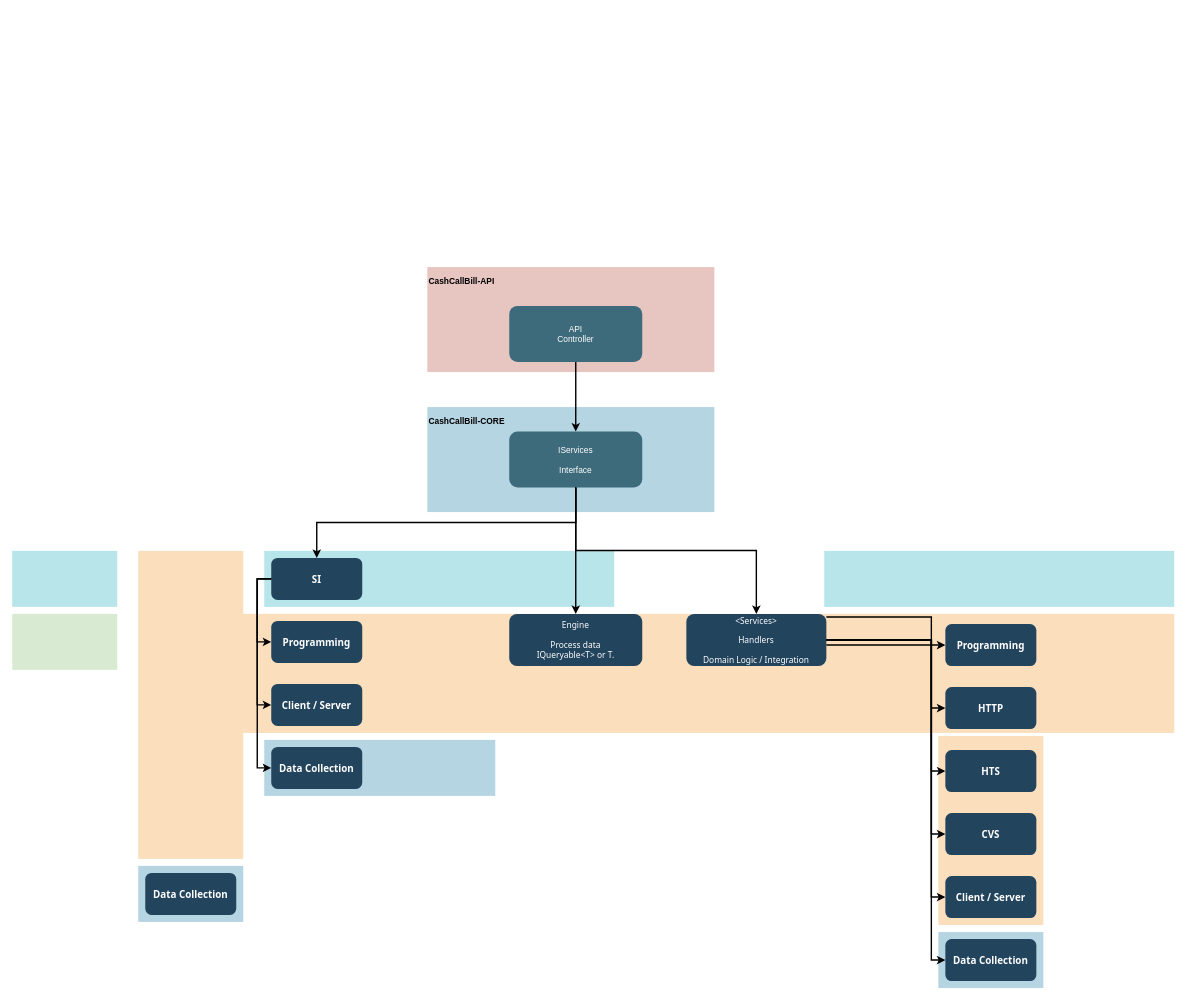
Before: cc&b-architecture.drawio in danielfiskvik/Misc, a draw.io diagram. Source tidied: cells renumbered, new cells numbered last; positions are measured from the earlier drawing's top-left corner, leaving out a move shared by most shapes. Both pictures are drawn from the tidied source at 70%, with x=0, y=0 at pixel (12, 267).
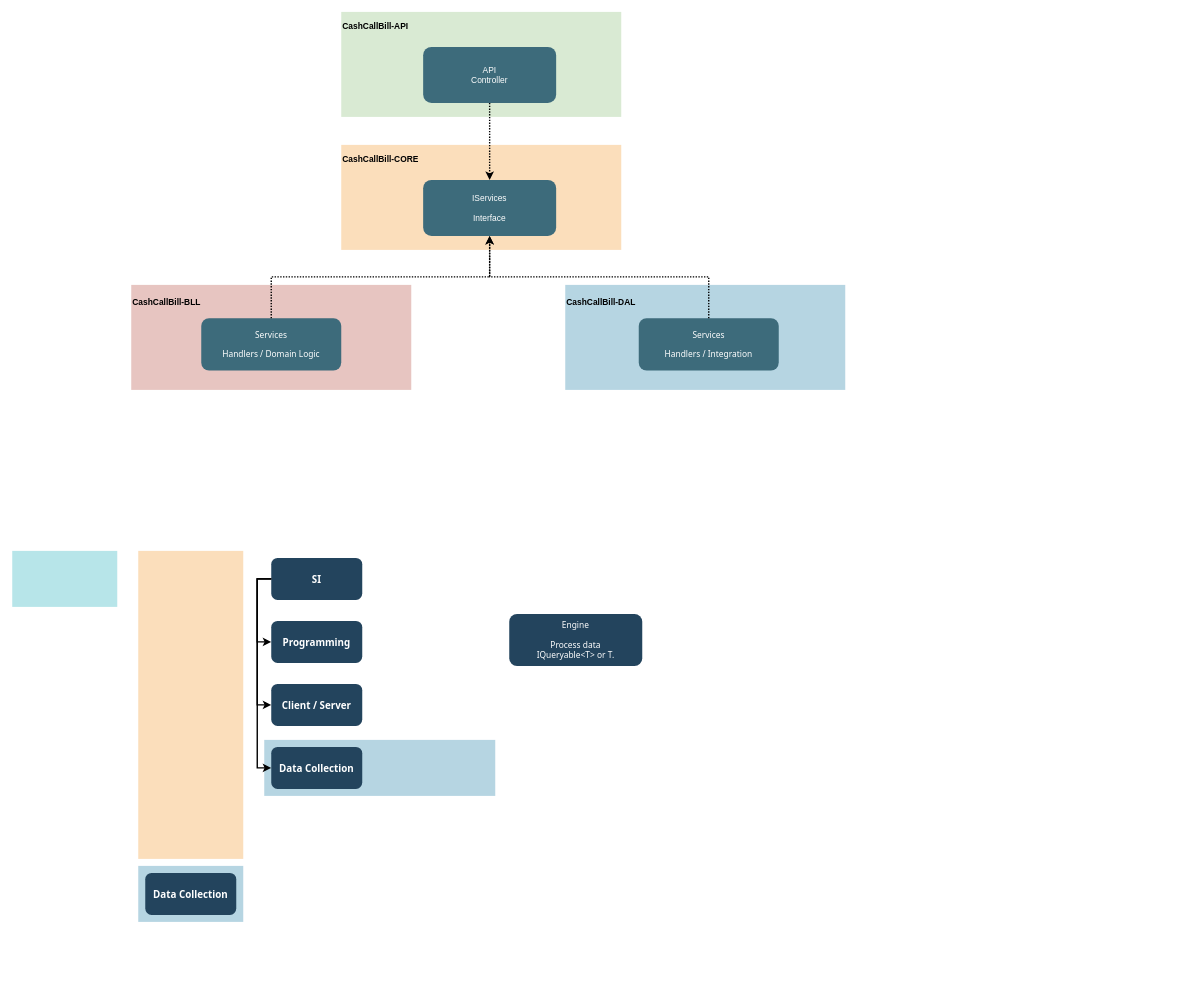
The same diagram, later.

Unchanged cells that the change refers to:
```xml
<mxCell id="17" value="SI" style="rounded=1;fillColor=#23445D;gradientColor=none;strokeColor=none;fontColor=#FFFFFF;fontStyle=1;fontFamily=Tahoma;fontSize=14;" parent="1" vertex="1">
  <mxGeometry x="370" y="415.5" width="130" height="60" as="geometry" />
</mxCell>
<mxCell id="18" value="Programming" style="rounded=1;fillColor=#23445D;gradientColor=none;strokeColor=none;fontColor=#FFFFFF;fontStyle=1;fontFamily=Tahoma;fontSize=14;" parent="1" vertex="1">
  <mxGeometry x="370" y="505.5" width="130" height="60" as="geometry" />
</mxCell>
<mxCell id="19" value="Client / Server" style="rounded=1;fillColor=#23445D;gradientColor=none;strokeColor=none;fontColor=#FFFFFF;fontStyle=1;fontFamily=Tahoma;fontSize=14;" parent="1" vertex="1">
  <mxGeometry x="370" y="595.5" width="130" height="60" as="geometry" />
</mxCell>
<mxCell id="20" value="Data Collection" style="rounded=1;fillColor=#23445D;gradientColor=none;strokeColor=none;fontColor=#FFFFFF;fontStyle=1;fontFamily=Tahoma;fontSize=14;" parent="1" vertex="1">
  <mxGeometry x="370" y="685.5" width="130" height="60" as="geometry" />
</mxCell>
<mxCell id="21" value="Engine&#10;&#10;Process data&#10;IQueryable&lt;T&gt; or T." style="rounded=1;fillColor=#23445D;gradientColor=none;strokeColor=none;fontColor=#FFFFFF;fontStyle=0;fontFamily=Tahoma;fontSize=12;" parent="1" vertex="1">
  <mxGeometry x="710" y="495.5" width="190" height="74.5" as="geometry" />
</mxCell>
```

Change to the diagram source:
```diff
@@
-    <mxCell id="2" style="fillColor=#AE4132;strokeColor=none;opacity=30;" parent="1" vertex="1">
-      <mxGeometry x="593" width="410" height="150" as="geometry" />
-    </mxCell>
     <mxCell id="3" style="fillColor=#10739E;strokeColor=none;opacity=30;" parent="1" vertex="1">
-      <mxGeometry x="593" y="200" width="410" height="150" as="geometry" />
+      <mxGeometry x="790" y="25.5" width="400" height="150" as="geometry" />
     </mxCell>
-    <mxCell id="4" style="fillColor=#F2931E;strokeColor=none;opacity=30;" parent="1" vertex="1">
-      <mxGeometry x="1323" y="670" width="150" height="270" as="geometry" />
-    </mxCell>
@@
     <mxCell id="6" style="fillColor=#F2931E;strokeColor=none;opacity=30;" parent="1" vertex="1">
-      <mxGeometry x="330" y="495.5" width="1330" height="170" as="geometry" />
+      <mxGeometry x="470" y="-174.5" width="400" height="150" as="geometry" />
     </mxCell>
-    <mxCell id="7" style="fillColor=#10739E;strokeColor=none;opacity=30;" parent="1" vertex="1">
-      <mxGeometry x="1323" y="950" width="150" height="80" as="geometry" />
-    </mxCell>
@@
     <mxCell id="10" style="fillColor=#D9EAD3;strokeColor=none;" parent="1" vertex="1">
-      <mxGeometry y="495.5" width="150" height="80" as="geometry" />
+      <mxGeometry x="470" y="-364.5" width="400" height="150" as="geometry" />
     </mxCell>
-    <mxCell id="11" style="fillColor=#12AAB5;strokeColor=none;opacity=30;" parent="1" vertex="1">
-      <mxGeometry x="1160" y="405.5" width="500" height="80" as="geometry" />
-    </mxCell>
-    <mxCell id="12" style="fillColor=#12AAB5;strokeColor=none;opacity=30;" parent="1" vertex="1">
-      <mxGeometry x="360" y="405.5" width="500" height="80" as="geometry" />
-    </mxCell>
@@
     <mxCell id="14" value="API&#10;Controller" style="rounded=1;gradientColor=none;fontColor=#FFFFFF;fontStyle=0;fontFamily=Helvetica;fontSize=12;fillColor=#3D6B7B;horizontal=1;spacingTop=0;spacing=2;strokeWidth=1;strokeColor=none;" parent="1" vertex="1">
-      <mxGeometry x="710" y="55.5" width="190" height="80" as="geometry" />
+      <mxGeometry x="587" y="-314.5" width="190" height="80" as="geometry" />
     </mxCell>
     <mxCell id="15" value="IServices&#10;&#10;Interface" style="rounded=1;gradientColor=none;strokeColor=none;fontColor=#FFFFFF;fontStyle=0;fontFamily=Helvetica;fontSize=12;fillColor=#3D6B7B;" parent="1" vertex="1">
-      <mxGeometry x="710" y="235" width="190" height="80" as="geometry" />
+      <mxGeometry x="587" y="-124.5" width="190" height="80" as="geometry" />
     </mxCell>
@@
-    <mxCell id="22" value="&lt;Services&gt;&#10;&#10;Handlers&#10;&#10;Domain Logic / Integration" style="rounded=1;fillColor=#23445D;gradientColor=none;strokeColor=none;fontColor=#FFFFFF;fontStyle=0;fontFamily=Tahoma;fontSize=12;" parent="1" vertex="1">
-      <mxGeometry x="963" y="495.5" width="200" height="74.5" as="geometry" />
-    </mxCell>
-    <mxCell id="23" value="Programming" style="rounded=1;fillColor=#23445D;gradientColor=none;strokeColor=none;fontColor=#FFFFFF;fontStyle=1;fontFamily=Tahoma;fontSize=14;" parent="1" vertex="1">
-      <mxGeometry x="1333" y="510" width="130" height="60" as="geometry" />
-    </mxCell>
-    <mxCell id="24" value="HTTP" style="rounded=1;fillColor=#23445D;gradientColor=none;strokeColor=none;fontColor=#FFFFFF;fontStyle=1;fontFamily=Tahoma;fontSize=14;" parent="1" vertex="1">
-      <mxGeometry x="1333" y="600" width="130" height="60" as="geometry" />
-    </mxCell>
-    <mxCell id="25" value="HTS" style="rounded=1;fillColor=#23445D;gradientColor=none;strokeColor=none;fontColor=#FFFFFF;fontStyle=1;fontFamily=Tahoma;fontSize=14;" parent="1" vertex="1">
-      <mxGeometry x="1333" y="690" width="130" height="60" as="geometry" />
-    </mxCell>
-    <mxCell id="26" value="CVS" style="rounded=1;fillColor=#23445D;gradientColor=none;strokeColor=none;fontColor=#FFFFFF;fontStyle=1;fontFamily=Tahoma;fontSize=14;" parent="1" vertex="1">
-      <mxGeometry x="1333" y="780" width="130" height="60" as="geometry" />
-    </mxCell>
-    <mxCell id="27" value="Client / Server" style="rounded=1;fillColor=#23445D;gradientColor=none;strokeColor=none;fontColor=#FFFFFF;fontStyle=1;fontFamily=Tahoma;fontSize=14;" parent="1" vertex="1">
-      <mxGeometry x="1333" y="870" width="130" height="60" as="geometry" />
-    </mxCell>
-    <mxCell id="28" value="Data Collection" style="rounded=1;fillColor=#23445D;gradientColor=none;strokeColor=none;fontColor=#FFFFFF;fontStyle=1;fontFamily=Tahoma;fontSize=14;" parent="1" vertex="1">
-      <mxGeometry x="1333" y="960" width="130" height="60" as="geometry" />
-    </mxCell>
-    <mxCell id="29" style="edgeStyle=elbowEdgeStyle;elbow=vertical;strokeWidth=2;rounded=0;" parent="1" edge="1" source="14" target="15">
+    <mxCell id="29" style="edgeStyle=elbowEdgeStyle;elbow=vertical;strokeWidth=2;rounded=0;dashed=1;dashPattern=1 1;" parent="1" edge="1" source="14" target="15">
       <mxGeometry x="347" y="225.5" as="geometry" />
     </mxCell>
     <mxCell id="30" style="edgeStyle=elbowEdgeStyle;elbow=horizontal;strokeWidth=2;rounded=0;" parent="1" edge="1" source="17" target="18">
-      <mxGeometry x="-23" y="135.5" as="geometry">
+      <mxGeometry x="100" y="500" as="geometry">
         <Array as="points">
           <mxPoint x="350" y="495.5" />
         </Array>
       </mxGeometry>
     </mxCell>
     <mxCell id="31" style="edgeStyle=elbowEdgeStyle;elbow=horizontal;strokeWidth=2;rounded=0;" parent="1" edge="1" source="17" target="19">
-      <mxGeometry x="-23" y="135.5" as="geometry">
+      <mxGeometry x="100" y="500" as="geometry">
         <Array as="points">
           <mxPoint x="350" y="535.5" />
         </Array>
       </mxGeometry>
     </mxCell>
     <mxCell id="32" style="edgeStyle=elbowEdgeStyle;elbow=horizontal;strokeWidth=2;rounded=0;" parent="1" edge="1" source="17" target="20">
-      <mxGeometry x="-23" y="135.5" as="geometry">
+      <mxGeometry x="100" y="500" as="geometry">
         <Array as="points">
           <mxPoint x="350" y="575.5" />
         </Array>
       </mxGeometry>
     </mxCell>
-    <mxCell id="33" style="edgeStyle=elbowEdgeStyle;elbow=horizontal;strokeWidth=2;rounded=0;" parent="1" edge="1" source="22" target="23">
-      <mxGeometry x="590" y="140" as="geometry">
-        <Array as="points">
-          <mxPoint x="1313" y="500" />
-        </Array>
-      </mxGeometry>
-    </mxCell>
-    <mxCell id="34" style="edgeStyle=elbowEdgeStyle;elbow=horizontal;strokeWidth=2;rounded=0;" parent="1" edge="1" source="22" target="24">
-      <mxGeometry x="590" y="140" as="geometry">
-        <Array as="points">
-          <mxPoint x="1313" y="540" />
-        </Array>
-      </mxGeometry>
-    </mxCell>
-    <mxCell id="35" style="edgeStyle=elbowEdgeStyle;elbow=horizontal;strokeWidth=2;rounded=0;" parent="1" edge="1" source="22" target="25">
-      <mxGeometry x="590" y="140" as="geometry">
-        <Array as="points">
-          <mxPoint x="1313" y="590" />
-        </Array>
-      </mxGeometry>
-    </mxCell>
-    <mxCell id="36" style="edgeStyle=elbowEdgeStyle;elbow=horizontal;strokeWidth=2;rounded=0;" parent="1" edge="1" source="22" target="26">
-      <mxGeometry x="590" y="140" as="geometry">
-        <Array as="points">
-          <mxPoint x="1313" y="630" />
-        </Array>
-      </mxGeometry>
-    </mxCell>
-    <mxCell id="37" style="edgeStyle=elbowEdgeStyle;elbow=horizontal;strokeWidth=2;rounded=0;" parent="1" edge="1" source="22" target="27">
-      <mxGeometry x="590" y="140" as="geometry">
-        <Array as="points">
-          <mxPoint x="1313" y="670" />
-        </Array>
-      </mxGeometry>
-    </mxCell>
-    <mxCell id="38" style="edgeStyle=elbowEdgeStyle;elbow=horizontal;strokeWidth=2;rounded=0;" parent="1" edge="1" source="22" target="28">
-      <mxGeometry x="590" y="140" as="geometry">
-        <Array as="points">
-          <mxPoint x="1313" y="720" />
-        </Array>
-      </mxGeometry>
-    </mxCell>
-    <mxCell id="39" style="edgeStyle=elbowEdgeStyle;elbow=vertical;strokeWidth=2;rounded=0;" parent="1" edge="1" source="15" target="17">
-      <mxGeometry x="-23" y="135.5" as="geometry" />
-    </mxCell>
-    <mxCell id="40" style="edgeStyle=elbowEdgeStyle;elbow=vertical;strokeWidth=2;rounded=0;" parent="1" edge="1" source="15" target="21">
-      <mxGeometry x="-23" y="135.5" as="geometry" />
-    </mxCell>
-    <mxCell id="41" style="edgeStyle=elbowEdgeStyle;elbow=vertical;strokeWidth=2;rounded=0;" parent="1" edge="1" source="15" target="22">
-      <mxGeometry x="-23" y="135.5" as="geometry" />
-    </mxCell>
     <mxCell id="42" value="CashCallBill-API" style="text;html=1;strokeColor=none;fillColor=none;align=left;verticalAlign=middle;whiteSpace=wrap;rounded=0;fontFamily=Helvetica;fontSize=12;fontStyle=1;" parent="1" vertex="1">
-      <mxGeometry x="593" y="10" width="120" height="20" as="geometry" />
+      <mxGeometry x="470" y="-354.5" width="120" height="20" as="geometry" />
     </mxCell>
     <mxCell id="43" value="CashCallBill-CORE" style="text;html=1;strokeColor=none;fillColor=none;align=left;verticalAlign=middle;whiteSpace=wrap;rounded=0;fontFamily=Helvetica;fontSize=12;fontStyle=1;" parent="1" vertex="1">
-      <mxGeometry x="593" y="210" width="120" height="20" as="geometry" />
+      <mxGeometry x="470" y="-164.5" width="120" height="20" as="geometry" />
     </mxCell>
+    <mxCell id="2" style="fillColor=#AE4132;strokeColor=none;opacity=30;" parent="1" vertex="1">
+      <mxGeometry x="170" y="25.5" width="400" height="150" as="geometry" />
+    </mxCell>
+    <mxCell id="44" value="CashCallBill-BLL" style="text;html=1;strokeColor=none;fillColor=none;align=left;verticalAlign=middle;whiteSpace=wrap;rounded=0;fontFamily=Helvetica;fontSize=12;fontStyle=1;" parent="1" vertex="1">
+      <mxGeometry x="170" y="41" width="120" height="20" as="geometry" />
+    </mxCell>
+    <mxCell id="45" value="Services&#10;&#10;Handlers / Domain Logic" style="rounded=1;gradientColor=none;strokeColor=none;fontColor=#FFFFFF;fontStyle=0;fontFamily=Tahoma;fontSize=12;fillColor=#3D6B7B;" parent="1" vertex="1">
+      <mxGeometry x="270" y="73.2" width="200" height="74.5" as="geometry" />
+    </mxCell>
+    <mxCell id="46" style="edgeStyle=elbowEdgeStyle;elbow=vertical;strokeWidth=2;rounded=0;dashed=1;dashPattern=1 1;exitX=0.5;exitY=0;exitDx=0;exitDy=0;entryX=0.5;entryY=1;entryDx=0;entryDy=0;" parent="1" edge="1" source="45" target="15">
+      <mxGeometry x="357" y="235.5" as="geometry" />
+    </mxCell>
+    <mxCell id="47" value="CashCallBill-DAL" style="text;html=1;strokeColor=none;fillColor=none;align=left;verticalAlign=middle;whiteSpace=wrap;rounded=0;fontFamily=Helvetica;fontSize=12;fontStyle=1;" parent="1" vertex="1">
+      <mxGeometry x="790" y="41" width="120" height="20" as="geometry" />
+    </mxCell>
+    <mxCell id="48" value="Services&#10;&#10;Handlers / Integration" style="rounded=1;gradientColor=none;strokeColor=none;fontColor=#FFFFFF;fontStyle=0;fontFamily=Tahoma;fontSize=12;fillColor=#3D6B7B;" parent="1" vertex="1">
+      <mxGeometry x="895" y="73.2" width="200" height="74.5" as="geometry" />
+    </mxCell>
+    <mxCell id="49" style="edgeStyle=elbowEdgeStyle;elbow=vertical;strokeWidth=2;rounded=0;dashed=1;dashPattern=1 1;exitX=0.5;exitY=0;exitDx=0;exitDy=0;entryX=0.5;entryY=1;entryDx=0;entryDy=0;" parent="1" edge="1" source="48" target="15">
+      <mxGeometry x="367" y="245.5" as="geometry" />
+    </mxCell>
```
